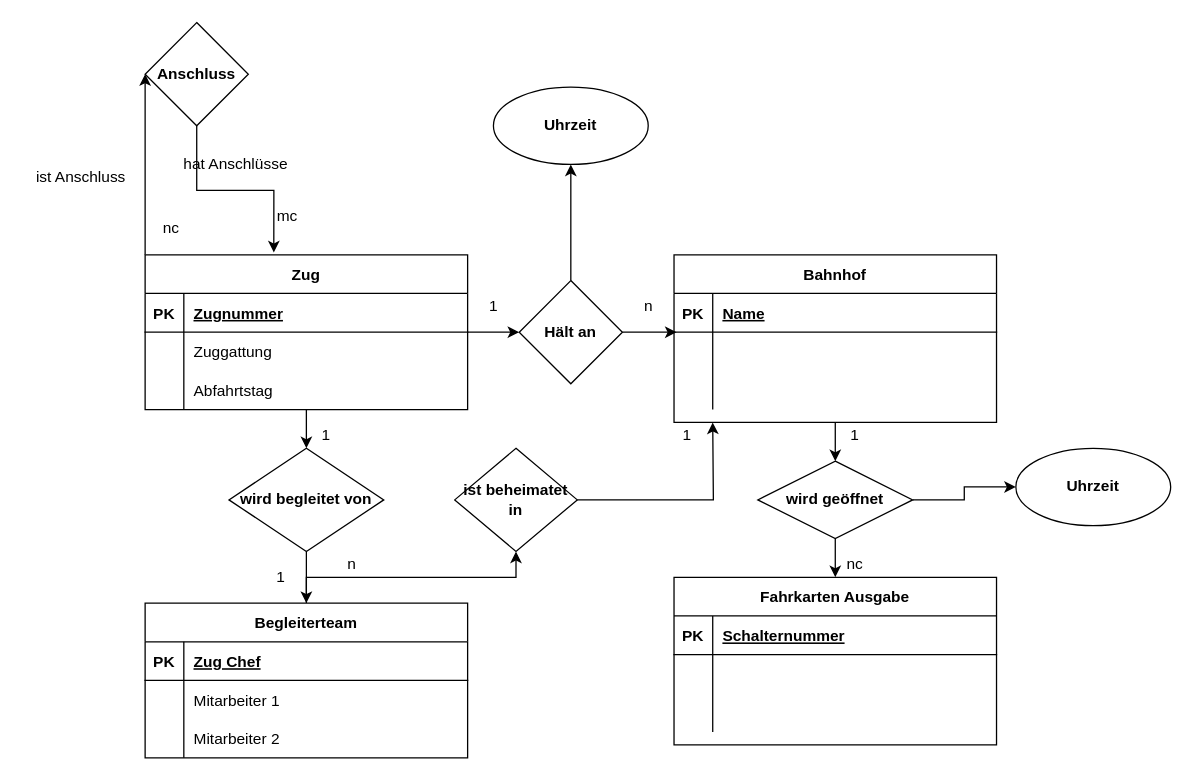
Before: Untitled Diagram.drawio in LaurinTrp/Studium, a draw.io diagram. Source tidied: cells renumbered, new cells numbered last; positions are measured from the earlier drawing's top-left corner, leaving out a move shared by most shapes. Both pictures are drawn from the tidied source at 129%, with x=0, y=0 at pixel (22, 22).
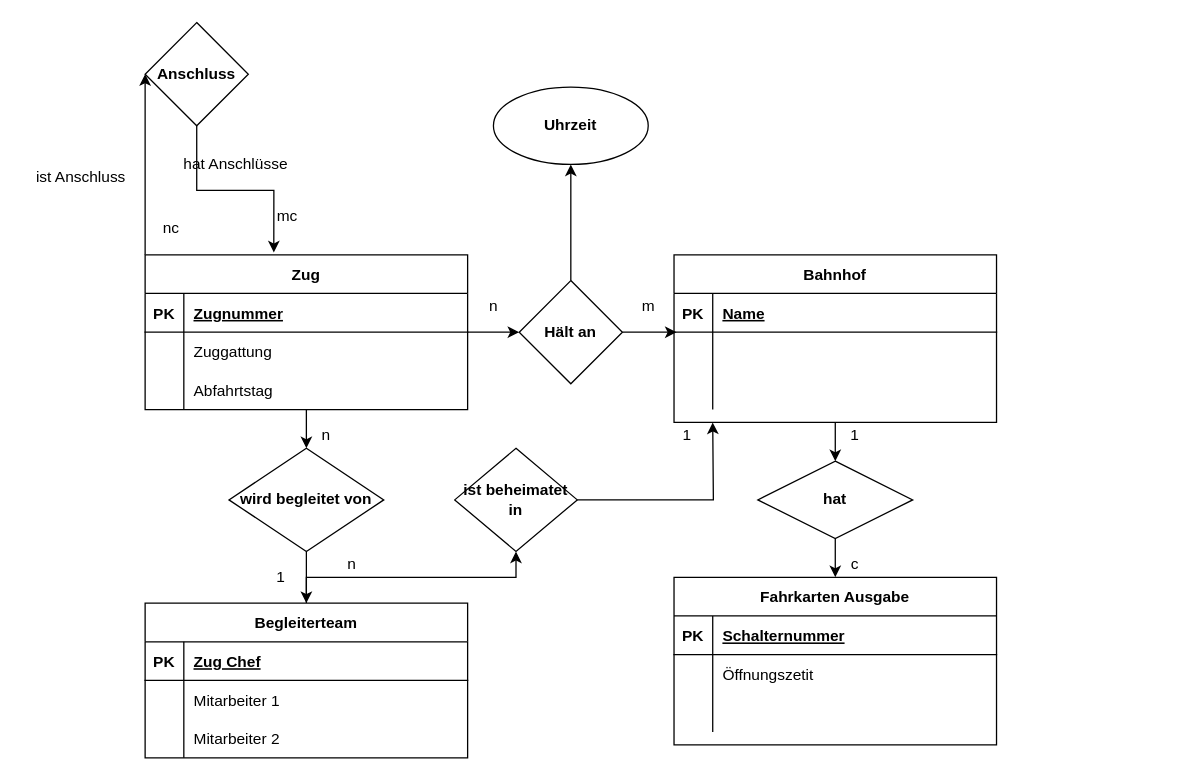
The same page after the edit.

The change refers to these unchanged cells:
```xml
<mxCell id="17" style="shape=partialRectangle;fillColor=none;top=0;left=0;right=0;bottom=0;" parent="13" vertex="1">
  <mxGeometry y="60" width="250" height="30" as="geometry" />
</mxCell>
```

Change to the diagram source:
```diff
@@
-    <mxCell id="19" style="shape=partialRectangle;overflow=hidden;fillColor=none;top=0;left=0;bottom=0;right=0;align=left;spacingLeft=6;" parent="17" vertex="1">
+    <mxCell id="19" value="Öffnungszetit" style="shape=partialRectangle;overflow=hidden;fillColor=none;top=0;left=0;bottom=0;right=0;align=left;spacingLeft=6;" parent="17" vertex="1">
       <mxGeometry x="30" width="220" height="30" as="geometry" />
     </mxCell>
@@
-    <mxCell id="41" style="edgeStyle=orthogonalEdgeStyle;rounded=0;jettySize=auto;html=1;" parent="1" edge="1" source="42" target="43">
-      <mxGeometry relative="1" as="geometry" />
-    </mxCell>
-    <mxCell id="42" value="wird geöffnet" style="rhombus;whiteSpace=wrap;html=1;startSize=30;fontStyle=1;" parent="1" vertex="1">
+    <mxCell id="42" value="hat" style="rhombus;whiteSpace=wrap;html=1;startSize=30;fontStyle=1;" parent="1" vertex="1">
       <mxGeometry x="570" y="340" width="120" height="60" as="geometry" />
     </mxCell>
-    <mxCell id="43" value="Uhrzeit" style="ellipse;whiteSpace=wrap;html=1;startSize=30;fontStyle=1;" parent="1" vertex="1">
-      <mxGeometry x="770" y="330" width="120" height="60" as="geometry" />
-    </mxCell>
@@
-    <mxCell id="65" value="1" style="text;html=1;align=center;verticalAlign=middle;strokeColor=none;fillColor=none;" parent="1" vertex="1">
+    <mxCell id="65" value="n" style="text;html=1;align=center;verticalAlign=middle;strokeColor=none;fillColor=none;" parent="1" vertex="1">
       <mxGeometry x="355" y="210" width="20" height="20" as="geometry" />
     </mxCell>
-    <mxCell id="66" value="n" style="text;html=1;align=center;verticalAlign=middle;strokeColor=none;fillColor=none;" parent="1" vertex="1">
-      <mxGeometry x="475" y="210" width="20" height="20" as="geometry" />
+    <mxCell id="66" value="m" style="text;html=1;align=center;verticalAlign=middle;strokeColor=none;fillColor=none;" parent="1" vertex="1">
+      <mxGeometry x="470" y="210" width="30" height="20" as="geometry" />
     </mxCell>
-    <mxCell id="67" value="1" style="text;html=1;align=center;verticalAlign=middle;strokeColor=none;fillColor=none;" parent="1" vertex="1">
+    <mxCell id="67" value="n" style="text;html=1;align=center;verticalAlign=middle;strokeColor=none;fillColor=none;" parent="1" vertex="1">
       <mxGeometry x="225" y="310" width="20" height="20" as="geometry" />
     </mxCell>
@@
-    <mxCell id="71" value="nc" style="text;html=1;align=center;verticalAlign=middle;strokeColor=none;fillColor=none;" parent="1" vertex="1">
-      <mxGeometry x="630" y="410" width="30" height="20" as="geometry" />
+    <mxCell id="71" value="c" style="text;html=1;align=center;verticalAlign=middle;strokeColor=none;fillColor=none;" parent="1" vertex="1">
+      <mxGeometry x="635" y="410" width="20" height="20" as="geometry" />
     </mxCell>
```
